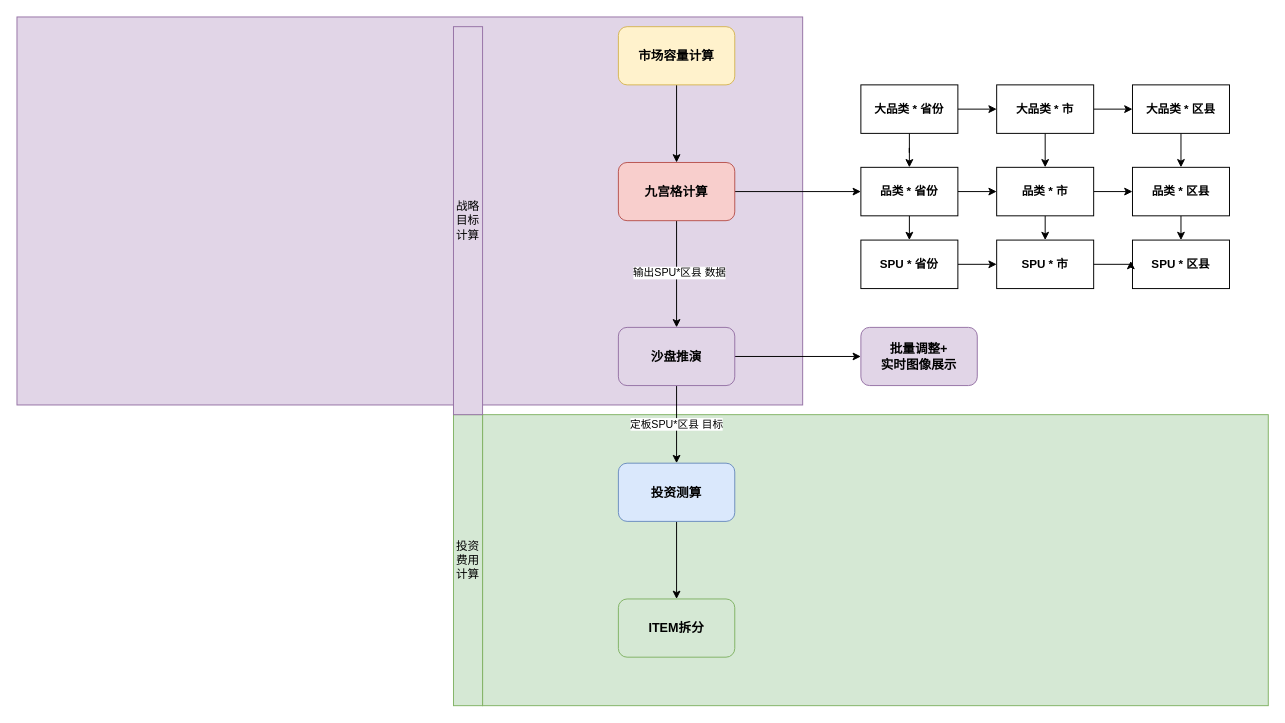
This is 树根项目.drawio from 18857545022/-, a draw.io file, before an edit. Source tidied: cells renumbered, new cells numbered last; positions are measured from the earlier drawing's top-left corner, leaving out a move shared by most shapes. Both pictures are drawn from the tidied source at 97%, with x=0, y=0 at pixel (16, 16).
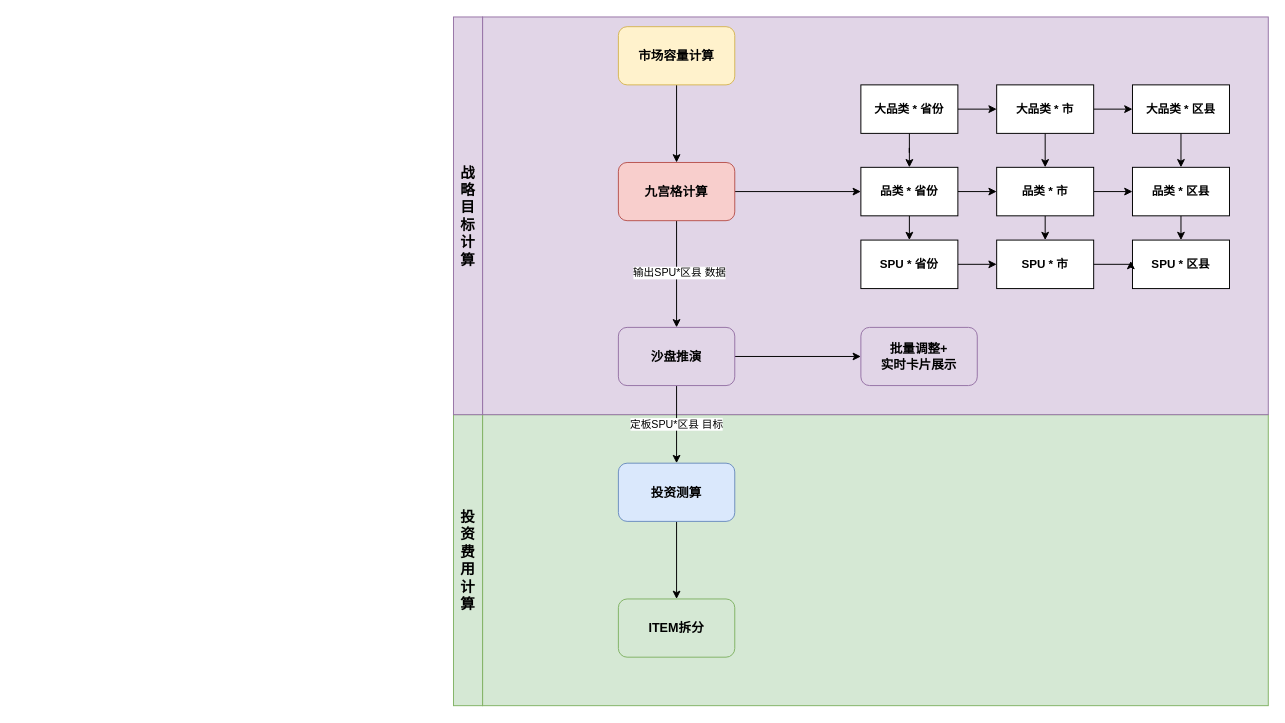
Above is the later version.

Commit message (it also covers changes not shown here):
更新树根项目.drawio

Diff of the diagram source:
```diff
@@
     <mxCell id="3" style="rounded=0;whiteSpace=wrap;html=1;fillColor=#e1d5e7;strokeColor=#9673a6;" parent="1" vertex="1">
-      <mxGeometry width="810" height="400" as="geometry" />
+      <mxGeometry x="480" width="810" height="410" as="geometry" />
     </mxCell>
@@
-    <mxCell id="17" value="投资费用计算" style="rounded=0;whiteSpace=wrap;html=1;fillColor=#d5e8d4;strokeColor=#82b366;" parent="1" vertex="1">
+    <mxCell id="17" value="投资费用计算" style="rounded=0;whiteSpace=wrap;html=1;fillColor=#d5e8d4;strokeColor=#82b366;fontSize=15;fontStyle=1;" parent="1" vertex="1">
       <mxGeometry x="450" y="410" width="30" height="300" as="geometry" />
     </mxCell>
-    <mxCell id="18" value="战略目标计算" style="rounded=0;whiteSpace=wrap;html=1;fillColor=#e1d5e7;strokeColor=#9673a6;" parent="1" vertex="1">
-      <mxGeometry x="450" y="10" width="30" height="400" as="geometry" />
+    <mxCell id="18" value="战略目标计算" style="rounded=0;whiteSpace=wrap;html=1;fillColor=#e1d5e7;strokeColor=#9673a6;fontSize=15;fontStyle=1;" parent="1" vertex="1">
+      <mxGeometry x="450" width="30" height="410" as="geometry" />
     </mxCell>
@@
-    <mxCell id="39" value="批量调整+&lt;br&gt;实时图像展示" style="rounded=1;whiteSpace=wrap;html=1;fillColor=#e1d5e7;strokeColor=#9673a6;fontSize=13;fontStyle=1;" parent="1" vertex="1">
+    <mxCell id="39" value="批量调整+&lt;br&gt;实时卡片展示" style="rounded=1;whiteSpace=wrap;html=1;fillColor=#e1d5e7;strokeColor=#9673a6;fontSize=13;fontStyle=1;" parent="1" vertex="1">
       <mxGeometry x="870" y="320" width="120" height="60" as="geometry" />
     </mxCell>
```
